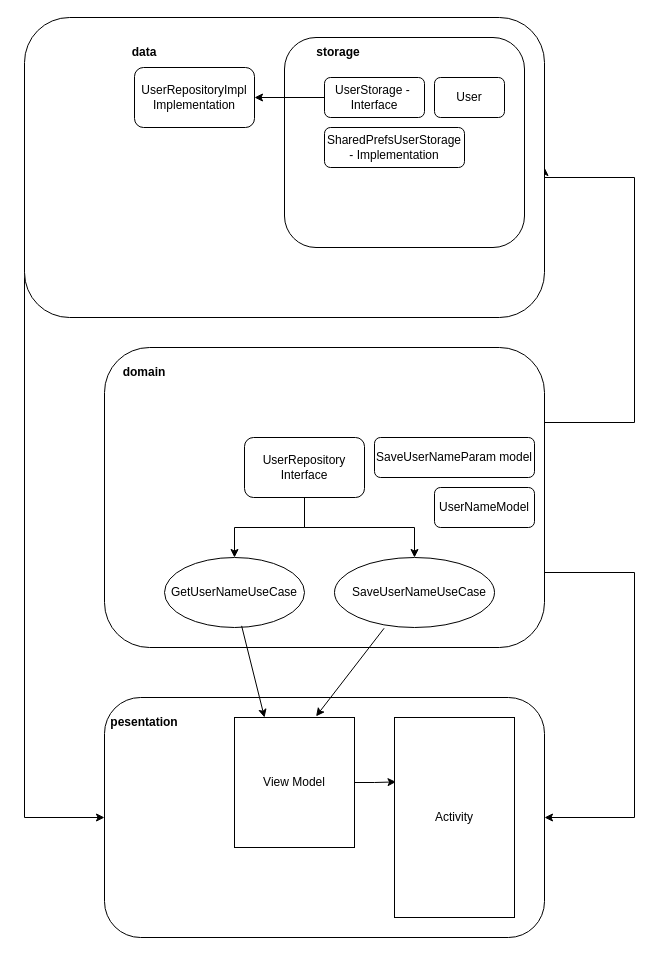
The draw.io diagram gradle/diag.drawio in AleksandrRegulus/MyTestApplicationForStudyClearCode, before the edit. Source tidied: cells renumbered, new cells numbered last; positions are measured from the earlier drawing's top-left corner, leaving out a move shared by most shapes. Both pictures are drawn from the tidied source at 100%, with x=0, y=0 at pixel (24, 17).
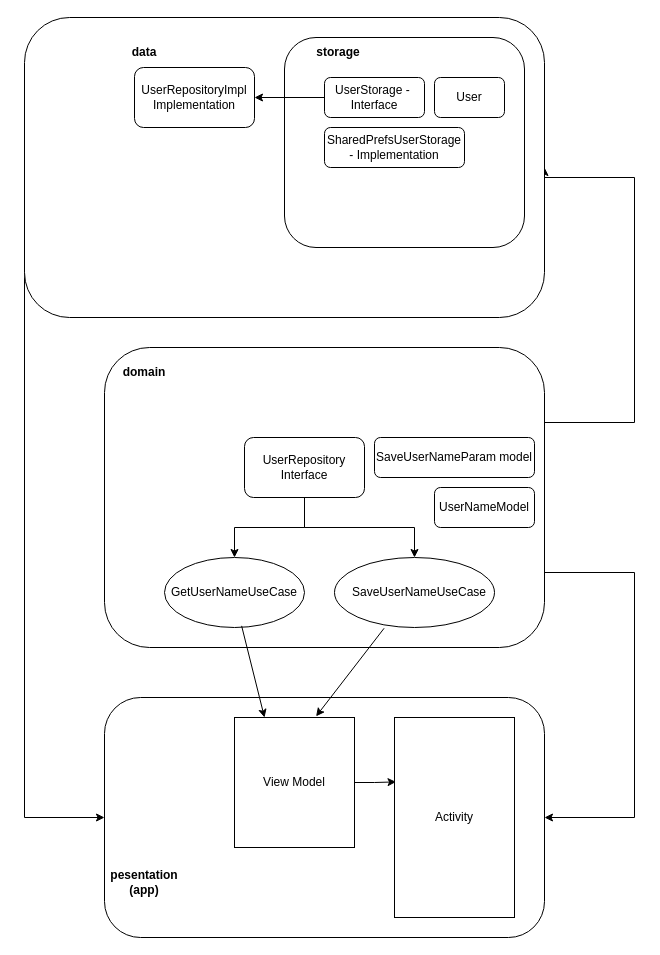
The same page after the edit.

What changed in the source:
```diff
@@
-    <mxCell id="7" value="&lt;b&gt;pesentation&lt;/b&gt;" style="text;html=1;strokeColor=none;fillColor=none;align=center;verticalAlign=middle;whiteSpace=wrap;rounded=0;" parent="1" vertex="1">
-      <mxGeometry x="90" y="690" width="60" height="30" as="geometry" />
+    <mxCell id="7" value="&lt;b&gt;pesentation&lt;br&gt;(app)&lt;br&gt;&lt;/b&gt;" style="text;html=1;strokeColor=none;fillColor=none;align=center;verticalAlign=middle;whiteSpace=wrap;rounded=0;" parent="1" vertex="1">
+      <mxGeometry x="90" y="850" width="60" height="30" as="geometry" />
     </mxCell>
```
